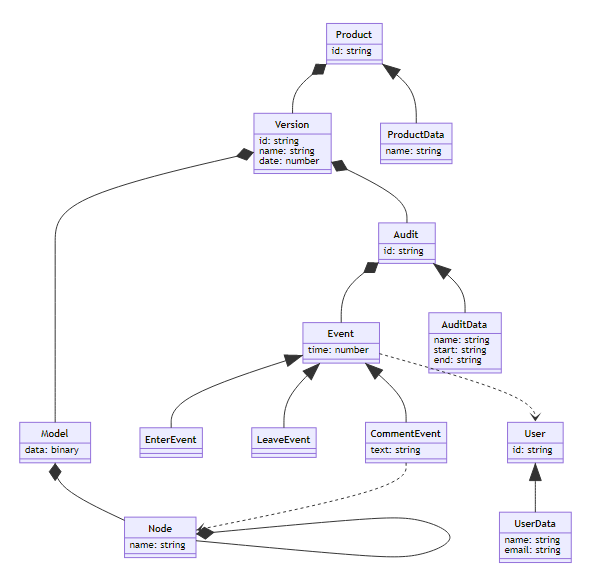
This is diagrams/entities.png from ghackenberg/caddrive, a Mermaid export, as it was before one commit. Its source is kept beside it as diagrams/entities.mmd. The source it was exported from:
```mermaid
classDiagram
    class User {
        id: string
    }
    class UserData {
        name: string
        email: string
    }
    class Product {
        id: string
    }
    class ProductData {
        name: string
    }
    class Version {
        id: string
        name: string
        date: number
    }
    class Model {
        data: binary
    }
    class Node {
        name: string
    }
    class Audit {
        id: string
    }
    class AuditData {
        name: string
        start: string
        end: string
    }
    class Event {
        time: number
    }
    class CommentEvent {
        text: string
    }
    class EnterEvent {

    }
    class LeaveEvent {

    }
    Product *-- Version
    Product <|-- ProductData
    Version *-- Model
    Version *-- Audit
    Model *-- Node
    Node *-- Node
    Audit *-- Event
    Audit <|-- AuditData
    Event <|-- EnterEvent
    Event <|-- LeaveEvent
    Event <|-- CommentEvent
    Event ..> User
    User <|-- UserData
    CommentEvent ..> Node
```
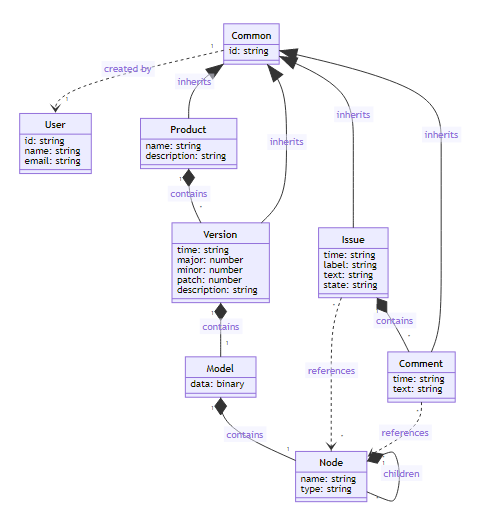
After the commit.

Commit message:
update entity diagram

Change to the diagram source:
```diff
@@ -1,59 +1,49 @@
 classDiagram
     class User {
         id: string
-    }
-    class UserData {
         name: string
         email: string
     }
-    class Product {
+    class Common {
         id: string
     }
-    class ProductData {
+    class Product {
         name: string
+        description: string
     }
     class Version {
-        id: string
-        name: string
-        date: number
+        time: string
+        major: number
+        minor: number
+        patch: number
+        description: string
     }
     class Model {
         data: binary
     }
     class Node {
         name: string
+        type: string
     }
-    class Audit {
-        id: string
+    class Issue {
+        time: string
+        label: string
+        text: string
+        state: string
     }
-    class AuditData {
-        name: string
-        start: string
-        end: string
-    }
-    class Event {
-        time: number
-    }
-    class CommentEvent {
+    class Comment {
+        time: string
         text: string
     }
-    class EnterEvent {
-
-    }
-    class LeaveEvent {
-
-    }
-    Product *-- Version
-    Product <|-- ProductData
-    Version *-- Model
-    Version *-- Audit
-    Model *-- Node
-    Node *-- Node
-    Audit *-- Event
-    Audit <|-- AuditData
-    Event <|-- EnterEvent
-    Event <|-- LeaveEvent
-    Event <|-- CommentEvent
-    Event ..> User
-    User <|-- UserData
-    CommentEvent ..> Node
+    Product "1" *-- "*" Version : contains
+    Version "1" *-- "1" Model : contains
+    Model  "1" *-- "1" Node : contains
+    Node "1" *-- "*" Node : children
+    Issue "1" *-- "*" Comment : contains
+    Common "1" ..> "1" User : created by
+    Issue "*" ..> "*" Node : references
+    Comment "*" ..> "*" Node : references
+    Common <|-- Product : inherits
+    Common <|-- Version : inherits
+    Common <|-- Issue : inherits
+    Common <|-- Comment : inherits
```
